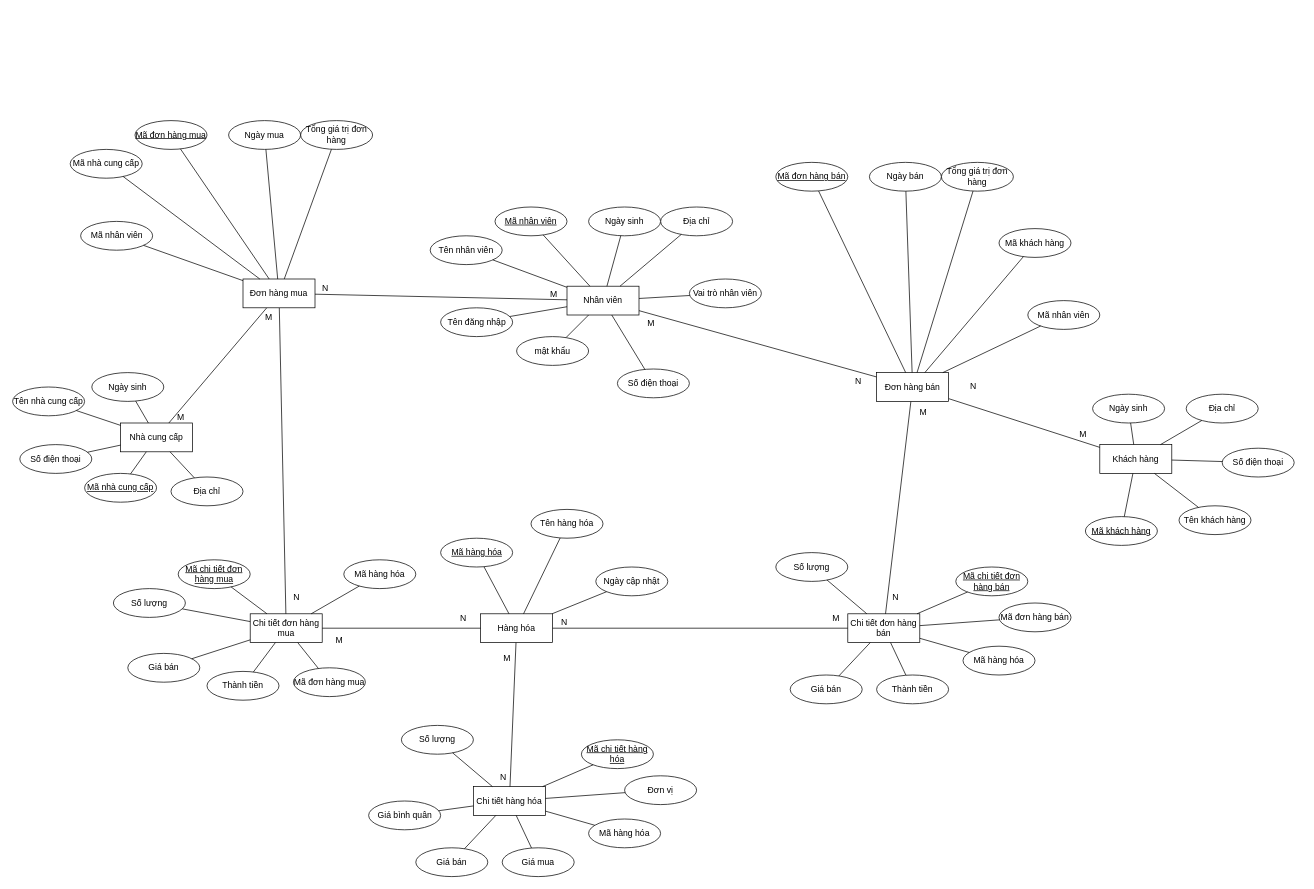
This is DBI202x/Asm/DBI202x_asm3_thonglhfx22724@funix.edu.vn/asm_ER.drawio from HuyThong94/Funix, a draw.io file, before an edit. Source tidied: cells renumbered, new cells numbered last; positions are measured from the earlier drawing's top-left corner, leaving out a move shared by most shapes. Both pictures are drawn from the tidied source at 72%, with x=0, y=0 at pixel (12, 120).
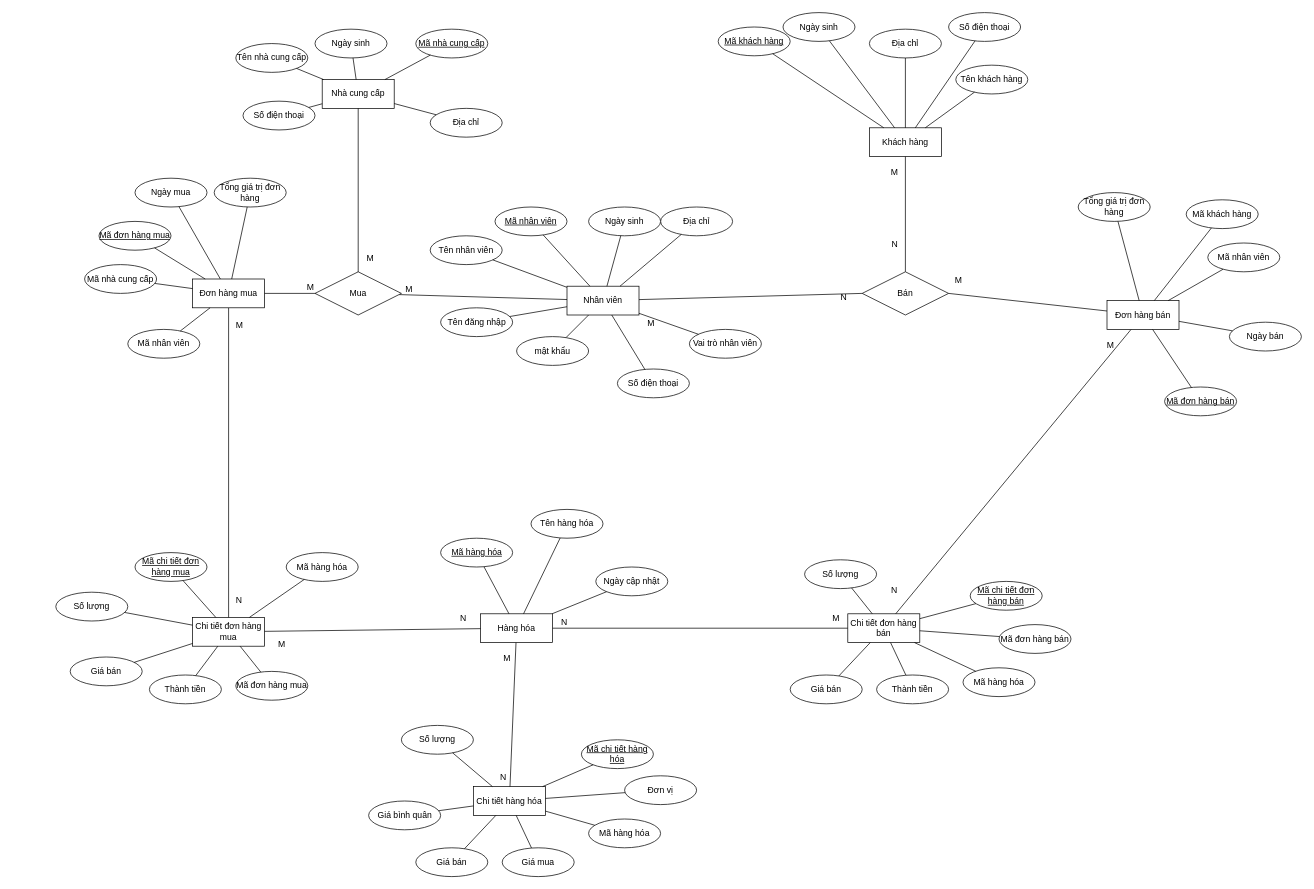
Above is the later version.

Unchanged cells that the change refers to:
```xml
<mxCell id="2" value="Nhân viên" style="whiteSpace=wrap;html=1;align=center;" parent="1" vertex="1">
  <mxGeometry x="770" y="230" width="100" height="40" as="geometry" />
</mxCell>
<mxCell id="52" style="endArrow=none;html=1;rounded=0;" parent="1" edge="1" source="114" target="39">
  <mxGeometry relative="1" as="geometry" />
</mxCell>
<mxCell id="68" style="endArrow=none;html=1;rounded=0;" parent="1" edge="1" source="125" target="55">
  <mxGeometry relative="1" as="geometry" />
</mxCell>
<mxCell id="78" style="endArrow=none;html=1;rounded=0;" parent="1" edge="1" source="16" target="55">
  <mxGeometry relative="1" as="geometry" />
</mxCell>
```

Change to the diagram source:
```diff
@@
     <mxCell id="10" value="Khách hàng" style="whiteSpace=wrap;html=1;align=center;" parent="1" vertex="1">
-      <mxGeometry x="1510" y="450" width="100" height="40" as="geometry" />
+      <mxGeometry x="1190" y="10" width="100" height="40" as="geometry" />
     </mxCell>
     <mxCell id="11" value="Mã khách hàng" style="ellipse;whiteSpace=wrap;html=1;align=center;fontStyle=4;" parent="1" vertex="1">
-      <mxGeometry x="1490" y="550" width="100" height="40" as="geometry" />
+      <mxGeometry x="980" y="-130" width="100" height="40" as="geometry" />
     </mxCell>
     <mxCell id="12" value="Số điện thoại" style="ellipse;whiteSpace=wrap;html=1;align=center;" parent="1" vertex="1">
-      <mxGeometry x="1680" y="455" width="100" height="40" as="geometry" />
+      <mxGeometry x="1300" y="-150" width="100" height="40" as="geometry" />
     </mxCell>
     <mxCell id="13" value="Địa chỉ" style="ellipse;whiteSpace=wrap;html=1;align=center;" parent="1" vertex="1">
-      <mxGeometry x="1630" y="380" width="100" height="40" as="geometry" />
+      <mxGeometry x="1190" y="-127" width="100" height="40" as="geometry" />
     </mxCell>
     <mxCell id="14" value="Ngày sinh" style="ellipse;whiteSpace=wrap;html=1;align=center;" parent="1" vertex="1">
-      <mxGeometry x="1500" y="380" width="100" height="40" as="geometry" />
+      <mxGeometry x="1070" y="-150" width="100" height="40" as="geometry" />
     </mxCell>
     <mxCell id="15" value="Tên khách hàng" style="ellipse;whiteSpace=wrap;html=1;align=center;" parent="1" vertex="1">
-      <mxGeometry x="1620" y="535" width="100" height="40" as="geometry" />
+      <mxGeometry x="1310" y="-77" width="100" height="40" as="geometry" />
     </mxCell>
@@
-    <mxCell id="35" style="endArrow=none;html=1;rounded=0;" parent="1" edge="1" source="2" target="114">
+    <mxCell id="35" style="endArrow=none;html=1;rounded=0;" parent="1" edge="1" source="2" target="138">
       <mxGeometry relative="1" as="geometry" />
     </mxCell>
-    <mxCell id="36" value="M" style="html=1;whiteSpace=wrap;align=left;verticalAlign=bottom;" parent="35" vertex="1">
-      <mxGeometry x="-1" relative="1" as="geometry">
-        <mxPoint x="-25" y="1" as="offset" />
-      </mxGeometry>
-    </mxCell>
-    <mxCell id="37" value="N" style="html=1;whiteSpace=wrap;align=right;verticalAlign=bottom;" parent="35" vertex="1">
+    <mxCell id="37" value="M" style="html=1;whiteSpace=wrap;align=right;verticalAlign=bottom;" parent="35" vertex="1">
       <mxGeometry x="1" relative="1" as="geometry">
         <mxPoint x="20" as="offset" />
       </mxGeometry>
     </mxCell>
@@
     <mxCell id="39" value="Chi tiết đơn hàng mua" style="whiteSpace=wrap;html=1;align=center;" parent="1" vertex="1">
-      <mxGeometry x="330" y="685" width="100" height="40" as="geometry" />
+      <mxGeometry x="250" y="690" width="100" height="40" as="geometry" />
     </mxCell>
     <mxCell id="40" value="Mã chi tiết đơn hàng mua" style="ellipse;whiteSpace=wrap;html=1;align=center;fontStyle=4;" parent="1" vertex="1">
-      <mxGeometry x="230" y="610" width="100" height="40" as="geometry" />
+      <mxGeometry x="170" y="600" width="100" height="40" as="geometry" />
     </mxCell>
     <mxCell id="41" value="Giá bán" style="ellipse;whiteSpace=wrap;html=1;align=center;" parent="1" vertex="1">
-      <mxGeometry x="160" y="740" width="100" height="40" as="geometry" />
+      <mxGeometry x="80" y="745" width="100" height="40" as="geometry" />
     </mxCell>
     <mxCell id="42" value="Thành tiền" style="ellipse;whiteSpace=wrap;html=1;align=center;" parent="1" vertex="1">
-      <mxGeometry x="270" y="765" width="100" height="40" as="geometry" />
+      <mxGeometry x="190" y="770" width="100" height="40" as="geometry" />
     </mxCell>
     <mxCell id="43" value="Mã hàng hóa" style="ellipse;whiteSpace=wrap;html=1;align=center;" parent="1" vertex="1">
-      <mxGeometry x="460" y="610" width="100" height="40" as="geometry" />
+      <mxGeometry x="380" y="600" width="100" height="40" as="geometry" />
     </mxCell>
     <mxCell id="44" value="Mã đơn hàng mua" style="ellipse;whiteSpace=wrap;html=1;align=center;" parent="1" vertex="1">
-      <mxGeometry x="390" y="760" width="100" height="40" as="geometry" />
+      <mxGeometry x="310" y="765" width="100" height="40" as="geometry" />
     </mxCell>
     <mxCell id="45" value="Số lượng" style="ellipse;whiteSpace=wrap;html=1;align=center;" parent="1" vertex="1">
-      <mxGeometry x="140" y="650" width="100" height="40" as="geometry" />
+      <mxGeometry x="60" y="655" width="100" height="40" as="geometry" />
     </mxCell>
@@
     <mxCell id="53" value="M" style="html=1;whiteSpace=wrap;align=left;verticalAlign=bottom;" parent="52" vertex="1">
       <mxGeometry x="-1" relative="1" as="geometry">
-        <mxPoint x="-21" y="22" as="offset" />
+        <mxPoint x="190" y="-60" as="offset" />
       </mxGeometry>
     </mxCell>
@@
     <mxCell id="56" value="Mã chi tiết đơn hàng bán" style="ellipse;whiteSpace=wrap;html=1;align=center;fontStyle=4;" parent="1" vertex="1">
-      <mxGeometry x="1310" y="620" width="100" height="40" as="geometry" />
+      <mxGeometry x="1330" y="640" width="100" height="40" as="geometry" />
     </mxCell>
@@
     <mxCell id="59" value="Mã hàng hóa" style="ellipse;whiteSpace=wrap;html=1;align=center;" parent="1" vertex="1">
-      <mxGeometry x="1320" y="730" width="100" height="40" as="geometry" />
+      <mxGeometry x="1320" y="760" width="100" height="40" as="geometry" />
     </mxCell>
     <mxCell id="60" value="Mã đơn hàng bán" style="ellipse;whiteSpace=wrap;html=1;align=center;" parent="1" vertex="1">
-      <mxGeometry x="1370" y="670" width="100" height="40" as="geometry" />
+      <mxGeometry x="1370" y="700" width="100" height="40" as="geometry" />
     </mxCell>
     <mxCell id="61" value="Số lượng" style="ellipse;whiteSpace=wrap;html=1;align=center;" parent="1" vertex="1">
-      <mxGeometry x="1060" y="600" width="100" height="40" as="geometry" />
+      <mxGeometry x="1100" y="610" width="100" height="40" as="geometry" />
     </mxCell>
@@
     <mxCell id="69" value="M" style="html=1;whiteSpace=wrap;align=left;verticalAlign=bottom;" parent="68" vertex="1">
       <mxGeometry x="-1" relative="1" as="geometry">
-        <mxPoint x="10" y="23" as="offset" />
+        <mxPoint x="-35" y="30" as="offset" />
       </mxGeometry>
     </mxCell>
     <mxCell id="70" value="N" style="html=1;whiteSpace=wrap;align=right;verticalAlign=bottom;" parent="68" vertex="1">
       <mxGeometry x="1" relative="1" as="geometry">
-        <mxPoint x="20" y="-15" as="offset" />
+        <mxPoint x="4" y="-25" as="offset" />
       </mxGeometry>
     </mxCell>
-    <mxCell id="71" style="endArrow=none;html=1;rounded=0;" parent="1" edge="1" source="2" target="125">
+    <mxCell id="71" style="endArrow=none;html=1;rounded=0;entryX=0;entryY=0.5;entryDx=0;entryDy=0;" parent="1" edge="1" source="2" target="142">
       <mxGeometry relative="1" as="geometry" />
     </mxCell>
@@
-    <mxCell id="73" style="endArrow=none;html=1;rounded=0;" parent="1" edge="1" source="10" target="125">
+    <mxCell id="73" style="endArrow=none;html=1;rounded=0;entryX=0.5;entryY=0;entryDx=0;entryDy=0;" parent="1" edge="1" source="10" target="142">
       <mxGeometry relative="1" as="geometry" />
     </mxCell>
     <mxCell id="74" value="M" style="html=1;whiteSpace=wrap;align=left;verticalAlign=bottom;" parent="73" vertex="1">
       <mxGeometry x="-1" relative="1" as="geometry">
-        <mxPoint x="-30" y="-10" as="offset" />
+        <mxPoint x="-22" y="30" as="offset" />
       </mxGeometry>
     </mxCell>
     <mxCell id="75" value="N" style="html=1;whiteSpace=wrap;align=right;verticalAlign=bottom;" parent="73" vertex="1">
       <mxGeometry x="1" relative="1" as="geometry">
-        <mxPoint x="40" y="-9" as="offset" />
+        <mxPoint x="-9" y="-30" as="offset" />
       </mxGeometry>
     </mxCell>
@@
     <mxCell id="81" value="M" style="html=1;whiteSpace=wrap;align=right;verticalAlign=bottom;" parent="78" vertex="1">
       <mxGeometry x="1" relative="1" as="geometry">
-        <mxPoint x="-700" y="25" as="offset" />
+        <mxPoint x="-780" y="30" as="offset" />
       </mxGeometry>
     </mxCell>
     <mxCell id="82" value="Nhà cung cấp" style="whiteSpace=wrap;html=1;align=center;" parent="1" vertex="1">
-      <mxGeometry x="150" y="420" width="100" height="40" as="geometry" />
+      <mxGeometry x="430" y="-57" width="100" height="40" as="geometry" />
     </mxCell>
     <mxCell id="83" value="Mã nhà cung cấp" style="ellipse;whiteSpace=wrap;html=1;align=center;fontStyle=4;" parent="1" vertex="1">
-      <mxGeometry x="100" y="490" width="100" height="40" as="geometry" />
+      <mxGeometry x="560" y="-127" width="100" height="40" as="geometry" />
     </mxCell>
     <mxCell id="84" value="Số điện thoại" style="ellipse;whiteSpace=wrap;html=1;align=center;" parent="1" vertex="1">
-      <mxGeometry x="10" y="450" width="100" height="40" as="geometry" />
+      <mxGeometry x="320" y="-27" width="100" height="40" as="geometry" />
     </mxCell>
     <mxCell id="85" value="Địa chỉ" style="ellipse;whiteSpace=wrap;html=1;align=center;" parent="1" vertex="1">
-      <mxGeometry x="220" y="495" width="100" height="40" as="geometry" />
+      <mxGeometry x="580" y="-17" width="100" height="40" as="geometry" />
     </mxCell>
     <mxCell id="86" value="Ngày sinh" style="ellipse;whiteSpace=wrap;html=1;align=center;" parent="1" vertex="1">
-      <mxGeometry x="110" y="350" width="100" height="40" as="geometry" />
+      <mxGeometry x="420" y="-127" width="100" height="40" as="geometry" />
     </mxCell>
     <mxCell id="87" value="Tên nhà cung cấp" style="ellipse;whiteSpace=wrap;html=1;align=center;" parent="1" vertex="1">
-      <mxGeometry y="370" width="100" height="40" as="geometry" />
+      <mxGeometry x="310" y="-107" width="100" height="40" as="geometry" />
     </mxCell>
@@
-    <mxCell id="93" style="endArrow=none;html=1;rounded=0;" parent="1" edge="1" source="82" target="114">
+    <mxCell id="93" style="endArrow=none;html=1;rounded=0;entryX=0.5;entryY=1;entryDx=0;entryDy=0;" parent="1" edge="1" source="82" target="138">
       <mxGeometry relative="1" as="geometry" />
     </mxCell>
-    <mxCell id="94" value="M" style="html=1;whiteSpace=wrap;align=left;verticalAlign=bottom;" parent="93" vertex="1">
-      <mxGeometry x="-1" relative="1" as="geometry">
-        <mxPoint x="10" as="offset" />
-      </mxGeometry>
-    </mxCell>
@@
     <mxCell id="114" value="Đơn hàng mua" style="whiteSpace=wrap;html=1;align=center;" parent="1" vertex="1">
-      <mxGeometry x="320" y="220" width="100" height="40" as="geometry" />
+      <mxGeometry x="250" y="220" width="100" height="40" as="geometry" />
     </mxCell>
     <mxCell id="115" value="Mã đơn hàng mua" style="ellipse;whiteSpace=wrap;html=1;align=center;fontStyle=4;" parent="1" vertex="1">
-      <mxGeometry x="170" width="100" height="40" as="geometry" />
+      <mxGeometry x="120" y="140" width="100" height="40" as="geometry" />
     </mxCell>
     <mxCell id="116" value="Mã nhân viên" style="ellipse;whiteSpace=wrap;html=1;align=center;" parent="1" vertex="1">
-      <mxGeometry x="94.5" y="140" width="100" height="40" as="geometry" />
+      <mxGeometry x="160" y="290" width="100" height="40" as="geometry" />
     </mxCell>
     <mxCell id="117" value="Tổng giá trị đơn hàng" style="ellipse;whiteSpace=wrap;html=1;align=center;" parent="1" vertex="1">
-      <mxGeometry x="400" width="100" height="40" as="geometry" />
+      <mxGeometry x="280" y="80" width="100" height="40" as="geometry" />
     </mxCell>
     <mxCell id="118" value="Ngày mua" style="ellipse;whiteSpace=wrap;html=1;align=center;" parent="1" vertex="1">
-      <mxGeometry x="300" width="100" height="40" as="geometry" />
+      <mxGeometry x="170" y="80" width="100" height="40" as="geometry" />
     </mxCell>
     <mxCell id="119" value="Mã nhà cung cấp" style="ellipse;whiteSpace=wrap;html=1;align=center;" parent="1" vertex="1">
-      <mxGeometry x="80" y="40" width="100" height="40" as="geometry" />
+      <mxGeometry x="100" y="200" width="100" height="40" as="geometry" />
     </mxCell>
@@
     <mxCell id="125" value="Đơn hàng bán" style="whiteSpace=wrap;html=1;align=center;" parent="1" vertex="1">
-      <mxGeometry x="1200" y="350" width="100" height="40" as="geometry" />
+      <mxGeometry x="1520" y="250" width="100" height="40" as="geometry" />
     </mxCell>
     <mxCell id="126" value="Mã đơn hàng bán" style="ellipse;whiteSpace=wrap;html=1;align=center;fontStyle=4;" parent="1" vertex="1">
-      <mxGeometry x="1060" y="58" width="100" height="40" as="geometry" />
+      <mxGeometry x="1600" y="370" width="100" height="40" as="geometry" />
     </mxCell>
     <mxCell id="127" value="Mã nhân viên" style="ellipse;whiteSpace=wrap;html=1;align=center;" parent="1" vertex="1">
-      <mxGeometry x="1410" y="250" width="100" height="40" as="geometry" />
+      <mxGeometry x="1660" y="170" width="100" height="40" as="geometry" />
     </mxCell>
     <mxCell id="128" value="Tổng giá trị đơn hàng" style="ellipse;whiteSpace=wrap;html=1;align=center;" parent="1" vertex="1">
-      <mxGeometry x="1290" y="58" width="100" height="40" as="geometry" />
+      <mxGeometry x="1480" y="100" width="100" height="40" as="geometry" />
     </mxCell>
     <mxCell id="129" value="Ngày bán" style="ellipse;whiteSpace=wrap;html=1;align=center;" parent="1" vertex="1">
-      <mxGeometry x="1190" y="58" width="100" height="40" as="geometry" />
+      <mxGeometry x="1690" y="280" width="100" height="40" as="geometry" />
     </mxCell>
     <mxCell id="130" value="Mã khách hàng" style="ellipse;whiteSpace=wrap;html=1;align=center;" parent="1" vertex="1">
-      <mxGeometry x="1370" y="150" width="100" height="40" as="geometry" />
+      <mxGeometry x="1630" y="110" width="100" height="40" as="geometry" />
     </mxCell>
@@
     <mxCell id="136" value="Vai trò nhân viên" style="ellipse;whiteSpace=wrap;html=1;align=center;" parent="1" vertex="1">
-      <mxGeometry x="940" y="220" width="100" height="40" as="geometry" />
+      <mxGeometry x="940" y="290" width="100" height="40" as="geometry" />
     </mxCell>
@@
+    <mxCell id="138" value="Mua" style="shape=rhombus;perimeter=rhombusPerimeter;whiteSpace=wrap;html=1;align=center;" parent="1" vertex="1">
+      <mxGeometry x="420" y="210" width="120" height="60" as="geometry" />
+    </mxCell>
+    <mxCell id="139" style="endArrow=none;html=1;rounded=0;" parent="1" edge="1" source="114" target="138">
+      <mxGeometry relative="1" as="geometry" />
+    </mxCell>
+    <mxCell id="140" value="M" style="html=1;whiteSpace=wrap;align=right;verticalAlign=bottom;" parent="139" vertex="1">
+      <mxGeometry x="1" relative="1" as="geometry" />
+    </mxCell>
+    <mxCell id="141" value="M" style="text;html=1;align=center;verticalAlign=middle;strokeColor=none;fillColor=none;" parent="1" vertex="1">
+      <mxGeometry x="300" y="270" width="30" height="30" as="geometry" />
+    </mxCell>
+    <mxCell id="142" value="Bán" style="shape=rhombus;perimeter=rhombusPerimeter;whiteSpace=wrap;html=1;align=center;" parent="1" vertex="1">
+      <mxGeometry x="1180" y="210" width="120" height="60" as="geometry" />
+    </mxCell>
+    <mxCell id="143" style="endArrow=none;html=1;rounded=0;entryX=1;entryY=0.5;entryDx=0;entryDy=0;" parent="1" edge="1" source="125" target="142">
+      <mxGeometry relative="1" as="geometry" />
+    </mxCell>
+    <mxCell id="144" value="M" style="html=1;whiteSpace=wrap;align=right;verticalAlign=bottom;" parent="143" vertex="1">
+      <mxGeometry x="1" relative="1" as="geometry">
+        <mxPoint x="20" y="-10" as="offset" />
+      </mxGeometry>
+    </mxCell>
```
